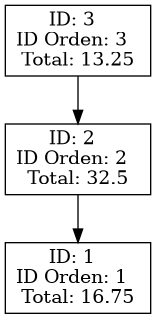
This is Fase_1/AutoGestPro/Reportes/reporte_facturas.png from 0520Jose/-EDD-1S2025_202300539, a Graphviz export, as it was before one commit. Its source is kept beside it as Fase_1/AutoGestPro/Reportes/reporte_facturas.dot.
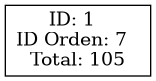
Later version of the same file.

Change to the diagram source:
```diff
@@ -1,15 +1,7 @@
 digraph G {
 node [shape=rect];
 rankdir=TB;
-node3[label="ID: 3
-ID Orden: 3
-Total: 13.25", shape=rect];
-node3 -> node2;
-node2[label="ID: 2
-ID Orden: 2
-Total: 32.5", shape=rect];
-node2 -> node1;
 node1[label="ID: 1
-ID Orden: 1
-Total: 16.75", shape=rect];
+ID Orden: 7
+Total: 105", shape=rect];
 }
```
